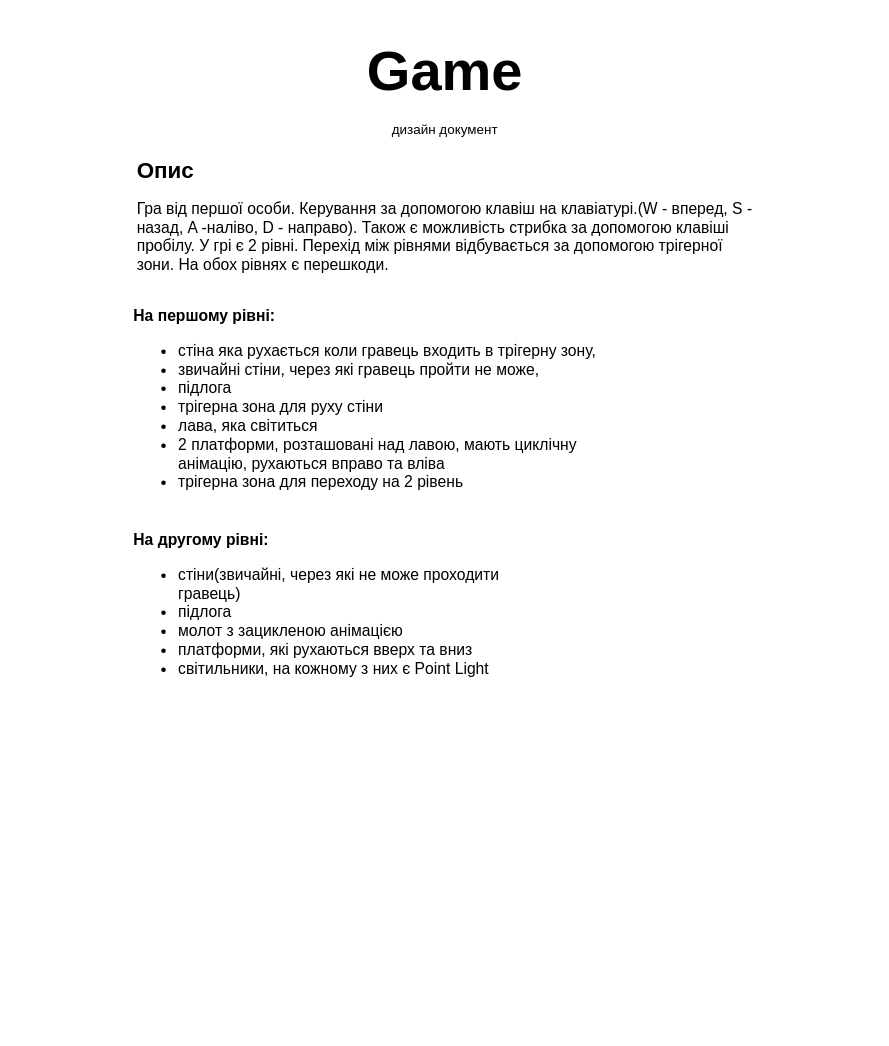
Earlier version of the draw.io diagram page "Сторінка-1" (1 of 2) of Дизайн документ.drawio (AlinaBilozer/Game). Source tidied: cells renumbered, new cells numbered last; positions are measured from the earlier drawing's top-left corner, leaving out a move shared by most shapes. Both pictures are drawn from the tidied source at 112%, with x=0, y=0 at pixel (19, 30).
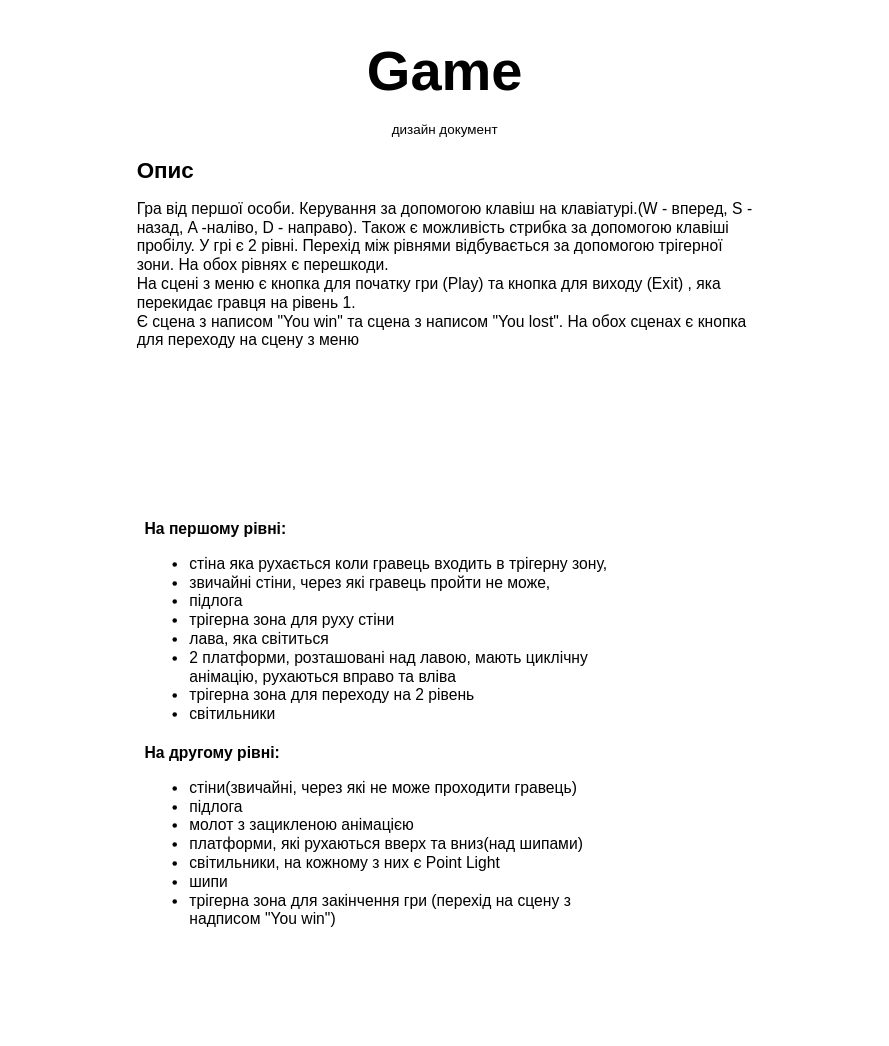
The same page after the edit.

Change to the diagram source:
```diff
@@
 <mxGraphModel>
   <root>
     <mxCell id="0" />
     <mxCell id="1" parent="0" />
     <mxCell id="2" value="&lt;h1&gt;&lt;font style=&quot;font-size: 50px;&quot;&gt;Game&lt;/font&gt;&lt;/h1&gt;&lt;p style=&quot;&quot;&gt;дизайн документ&lt;/p&gt;" style="text;html=1;strokeColor=none;fillColor=none;spacing=5;spacingTop=-20;whiteSpace=wrap;overflow=hidden;rounded=0;align=center;" parent="1" vertex="1">
       <mxGeometry width="760" height="500" as="geometry" />
     </mxCell>
-    <mxCell id="3" value="&lt;h1 style=&quot;font-size: 20px;&quot;&gt;Опис&lt;/h1&gt;&lt;div style=&quot;font-size: 14px;&quot;&gt;Гра від першої особи. Керування за допомогою клавіш на клавіатурі.(W - вперед, S - назад, A -наліво, D - направо). Також є можливість стрибка за допомогою клавіші пробілу. У грі є 2 рівні. Перехід між рівнями відбувається за допомогою трігерної зони. На обох рівнях є перешкоди.&lt;/div&gt;" style="text;html=1;strokeColor=none;fillColor=none;spacing=5;spacingTop=-20;whiteSpace=wrap;overflow=hidden;rounded=0;fontSize=20;" parent="1" vertex="1">
-      <mxGeometry x="100" y="110" width="560" height="130" as="geometry" />
+    <mxCell id="3" value="&lt;h1 style=&quot;font-size: 20px;&quot;&gt;Опис&lt;/h1&gt;&lt;div style=&quot;font-size: 14px;&quot;&gt;Гра від першої особи. Керування за допомогою клавіш на клавіатурі.(W - вперед, S - назад, A -наліво, D - направо). Також є можливість стрибка за допомогою клавіші пробілу. У грі є 2 рівні. Перехід між рівнями відбувається за допомогою трігерної зони. На обох рівнях є перешкоди.&amp;nbsp;&lt;/div&gt;&lt;div style=&quot;font-size: 14px;&quot;&gt;На сцені з меню є кнопка для початку гри (Play) та кнопка для виходу (Exit) , яка перекидає гравця на рівень 1.&amp;nbsp;&lt;/div&gt;&lt;div style=&quot;font-size: 14px;&quot;&gt;Є сцена з написом &quot;You win&quot; та сцена з написом &quot;You lost&quot;. На обох сценах є кнопка для переходу на сцену з меню&lt;/div&gt;&lt;div style=&quot;font-size: 14px;&quot;&gt;&lt;br&gt;&lt;/div&gt;" style="text;html=1;strokeColor=none;fillColor=none;spacing=5;spacingTop=-20;whiteSpace=wrap;overflow=hidden;rounded=0;fontSize=20;" parent="1" vertex="1">
+      <mxGeometry x="100" y="110" width="560" height="260" as="geometry" />
     </mxCell>
-    <mxCell id="4" value="&lt;b&gt;На другому рівні:&lt;/b&gt;&lt;br&gt;&lt;ul&gt;&lt;li&gt;стіни(звичайні, через які не може проходити гравець)&lt;/li&gt;&lt;li&gt;підлога&lt;/li&gt;&lt;li&gt;молот з зацикленою анімацією&lt;/li&gt;&lt;li&gt;платформи, які рухаються вверх та вниз&lt;/li&gt;&lt;li&gt;світильники, на кожному з них є Point Light&lt;/li&gt;&lt;/ul&gt;" style="text;html=1;strokeColor=none;fillColor=none;align=left;verticalAlign=top;whiteSpace=wrap;rounded=0;fontSize=14;" parent="1" vertex="1">
-      <mxGeometry x="100" y="440" width="380" height="260" as="geometry" />
+    <mxCell id="4" value="&lt;b&gt;На другому рівні:&lt;/b&gt;&lt;br&gt;&lt;ul&gt;&lt;li&gt;стіни(звичайні, через які не може проходити гравець)&lt;/li&gt;&lt;li&gt;підлога&lt;/li&gt;&lt;li&gt;молот з зацикленою анімацією&lt;/li&gt;&lt;li&gt;платформи, які рухаються вверх та вниз(над шипами)&lt;/li&gt;&lt;li&gt;світильники, на кожному з них є Point Light&lt;/li&gt;&lt;li&gt;шипи&lt;/li&gt;&lt;li&gt;трігерна зона для закінчення гри (перехід на сцену з надписом &quot;You win&quot;)&lt;/li&gt;&lt;/ul&gt;" style="text;html=1;strokeColor=none;fillColor=none;align=left;verticalAlign=top;whiteSpace=wrap;rounded=0;fontSize=14;" parent="1" vertex="1">
+      <mxGeometry x="110" y="630" width="440" height="260" as="geometry" />
     </mxCell>
-    <mxCell id="5" value="&lt;div&gt;&lt;b&gt;На першому рівні:&lt;/b&gt;&lt;/div&gt;&lt;div&gt;&lt;ul&gt;&lt;li&gt;стіна яка рухається коли гравець входить в трігерну зону,&amp;nbsp;&lt;/li&gt;&lt;li&gt;звичайні стіни, через які гравець пройти не може,&lt;/li&gt;&lt;li&gt;підлога&lt;/li&gt;&lt;li&gt;трігерна зона для руху стіни&lt;/li&gt;&lt;li&gt;лава, яка світиться&lt;/li&gt;&lt;li&gt;2 платформи, розташовані над лавою, мають циклічну анімацію, рухаються вправо та вліва&lt;/li&gt;&lt;li&gt;трігерна зона для переходу на 2 рівень&lt;/li&gt;&lt;/ul&gt;&lt;/div&gt;&lt;div&gt;&lt;br&gt;&lt;/div&gt;" style="text;html=1;strokeColor=none;fillColor=none;align=left;verticalAlign=top;whiteSpace=wrap;rounded=0;fontSize=14;" parent="1" vertex="1">
-      <mxGeometry x="100" y="240" width="450" height="200" as="geometry" />
+    <mxCell id="5" value="&lt;div&gt;&lt;b&gt;На першому рівні:&lt;/b&gt;&lt;/div&gt;&lt;div&gt;&lt;ul&gt;&lt;li&gt;стіна яка рухається коли гравець входить в трігерну зону,&amp;nbsp;&lt;/li&gt;&lt;li&gt;звичайні стіни, через які гравець пройти не може,&lt;/li&gt;&lt;li&gt;підлога&lt;/li&gt;&lt;li&gt;трігерна зона для руху стіни&lt;/li&gt;&lt;li&gt;лава, яка світиться&lt;/li&gt;&lt;li&gt;2 платформи, розташовані над лавою, мають циклічну анімацію, рухаються вправо та вліва&lt;/li&gt;&lt;li&gt;трігерна зона для переходу на 2 рівень&lt;/li&gt;&lt;li&gt;світильники&lt;/li&gt;&lt;/ul&gt;&lt;/div&gt;&lt;div&gt;&lt;br&gt;&lt;/div&gt;" style="text;html=1;strokeColor=none;fillColor=none;align=left;verticalAlign=top;whiteSpace=wrap;rounded=0;fontSize=14;" parent="1" vertex="1">
+      <mxGeometry x="110" y="430" width="450" height="200" as="geometry" />
     </mxCell>
   </root>
 </mxGraphModel>
```
